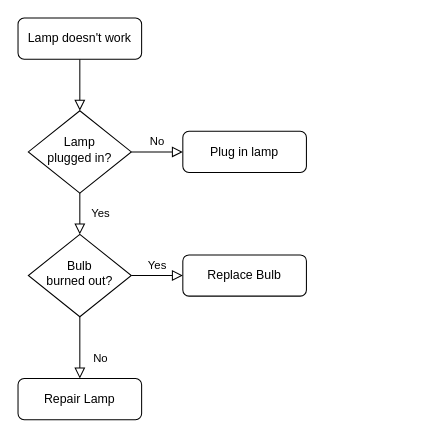
This is test.drawio from james-kim-Devguru/testDrawIo, a draw.io file, before an edit. Source tidied: cells renumbered, new cells numbered last; positions are measured from the earlier drawing's top-left corner, leaving out a move shared by most shapes. Both pictures are drawn from the tidied source at 103%, with x=0, y=0 at pixel (18, 18).
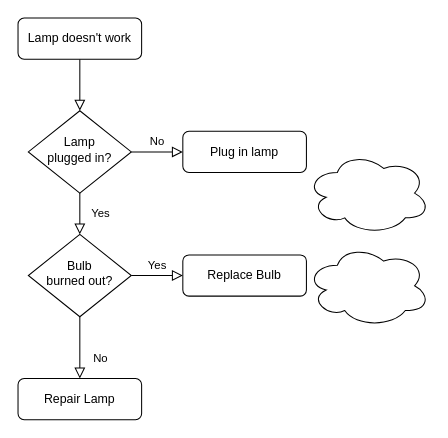
Above is the later version.

What changed in the source:
```diff
@@
 <mxGraphModel>
   <root>
     <mxCell id="0" />
     <mxCell id="1" parent="0" />
     <mxCell id="2" style="rounded=0;html=1;jettySize=auto;fontSize=11;endArrow=block;endFill=0;endSize=8;strokeWidth=1;shadow=0;labelBackgroundColor=none;edgeStyle=orthogonalEdgeStyle;" parent="1" edge="1" source="3" target="6">
       <mxGeometry relative="1" as="geometry" />
     </mxCell>
     <mxCell id="3" value="Lamp doesn't work" style="rounded=1;whiteSpace=wrap;html=1;fontSize=12;glass=0;strokeWidth=1;shadow=0;" parent="1" vertex="1">
       <mxGeometry width="120" height="40" as="geometry" />
     </mxCell>
     <mxCell id="4" value="Yes" style="rounded=0;html=1;jettySize=auto;fontSize=11;endArrow=block;endFill=0;endSize=8;strokeWidth=1;shadow=0;labelBackgroundColor=none;edgeStyle=orthogonalEdgeStyle;" parent="1" edge="1" source="6" target="10">
       <mxGeometry y="20" relative="1" as="geometry" />
     </mxCell>
     <mxCell id="5" value="No" style="edgeStyle=orthogonalEdgeStyle;rounded=0;html=1;jettySize=auto;fontSize=11;endArrow=block;endFill=0;endSize=8;strokeWidth=1;shadow=0;labelBackgroundColor=none;" parent="1" edge="1" source="6" target="7">
       <mxGeometry y="10" relative="1" as="geometry" />
     </mxCell>
     <mxCell id="6" value="Lamp&lt;br&gt;plugged in?" style="rhombus;whiteSpace=wrap;html=1;shadow=0;fontFamily=Helvetica;fontSize=12;align=center;strokeWidth=1;spacing=6;spacingTop=-4;" parent="1" vertex="1">
       <mxGeometry x="10" y="90" width="100" height="80" as="geometry" />
     </mxCell>
     <mxCell id="7" value="Plug in lamp" style="rounded=1;whiteSpace=wrap;html=1;fontSize=12;glass=0;strokeWidth=1;shadow=0;" parent="1" vertex="1">
       <mxGeometry x="160" y="110" width="120" height="40" as="geometry" />
     </mxCell>
     <mxCell id="8" value="No" style="rounded=0;html=1;jettySize=auto;fontSize=11;endArrow=block;endFill=0;endSize=8;strokeWidth=1;shadow=0;labelBackgroundColor=none;edgeStyle=orthogonalEdgeStyle;" parent="1" edge="1" source="10" target="11">
       <mxGeometry x="0.33" y="20" relative="1" as="geometry" />
     </mxCell>
     <mxCell id="9" value="Yes" style="edgeStyle=orthogonalEdgeStyle;rounded=0;html=1;jettySize=auto;fontSize=11;endArrow=block;endFill=0;endSize=8;strokeWidth=1;shadow=0;labelBackgroundColor=none;" parent="1" edge="1" source="10" target="12">
       <mxGeometry y="10" relative="1" as="geometry" />
     </mxCell>
     <mxCell id="10" value="Bulb&lt;br&gt;burned out?" style="rhombus;whiteSpace=wrap;html=1;shadow=0;fontFamily=Helvetica;fontSize=12;align=center;strokeWidth=1;spacing=6;spacingTop=-4;" parent="1" vertex="1">
       <mxGeometry x="10" y="210" width="100" height="80" as="geometry" />
     </mxCell>
     <mxCell id="11" value="Repair Lamp" style="rounded=1;whiteSpace=wrap;html=1;fontSize=12;glass=0;strokeWidth=1;shadow=0;" parent="1" vertex="1">
       <mxGeometry y="350" width="120" height="40" as="geometry" />
     </mxCell>
     <mxCell id="12" value="Replace Bulb" style="rounded=1;whiteSpace=wrap;html=1;fontSize=12;glass=0;strokeWidth=1;shadow=0;" parent="1" vertex="1">
       <mxGeometry x="160" y="230" width="120" height="40" as="geometry" />
     </mxCell>
+    <mxCell id="13" style="ellipse;shape=cloud;whiteSpace=wrap;html=1;" parent="1" vertex="1">
+      <mxGeometry x="280" y="130" width="120" height="80" as="geometry" />
+    </mxCell>
+    <mxCell id="14" style="ellipse;shape=cloud;whiteSpace=wrap;html=1;" parent="1" vertex="1">
+      <mxGeometry x="280" y="220" width="120" height="80" as="geometry" />
+    </mxCell>
   </root>
 </mxGraphModel>
```
